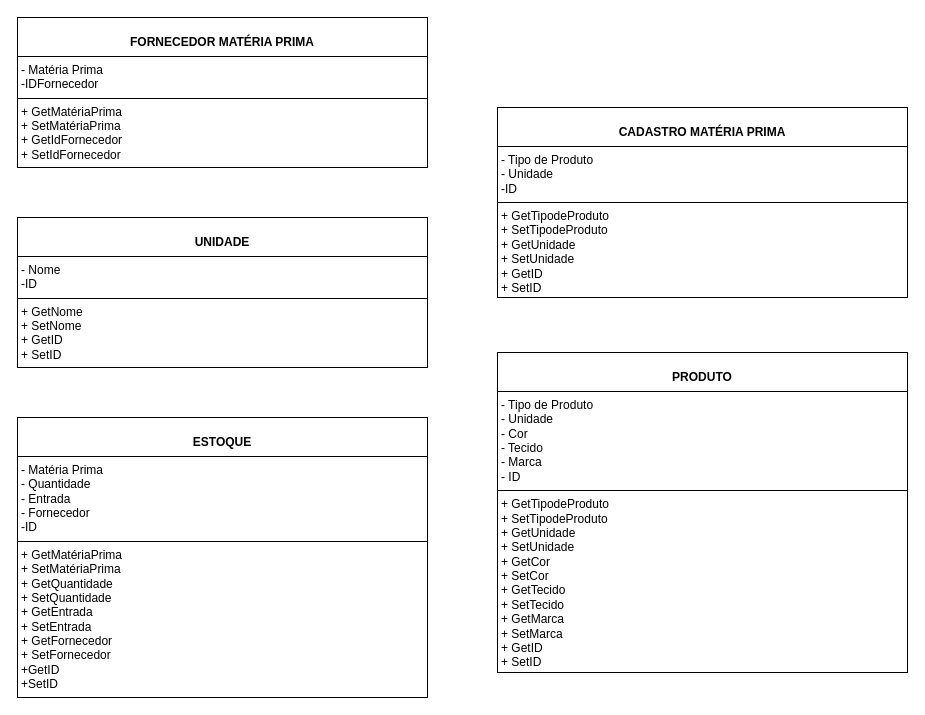
Above: page "Página-2" (2 of 3) of DOC/classes.drawio in juliareis14/avatar.app (draw.io), before the change. Source tidied: cells renumbered, new cells numbered last; positions are measured from the earlier drawing's top-left corner, leaving out a move shared by most shapes. Both pictures are drawn from the tidied source at 100%, with x=0, y=0 at pixel (17, 17).
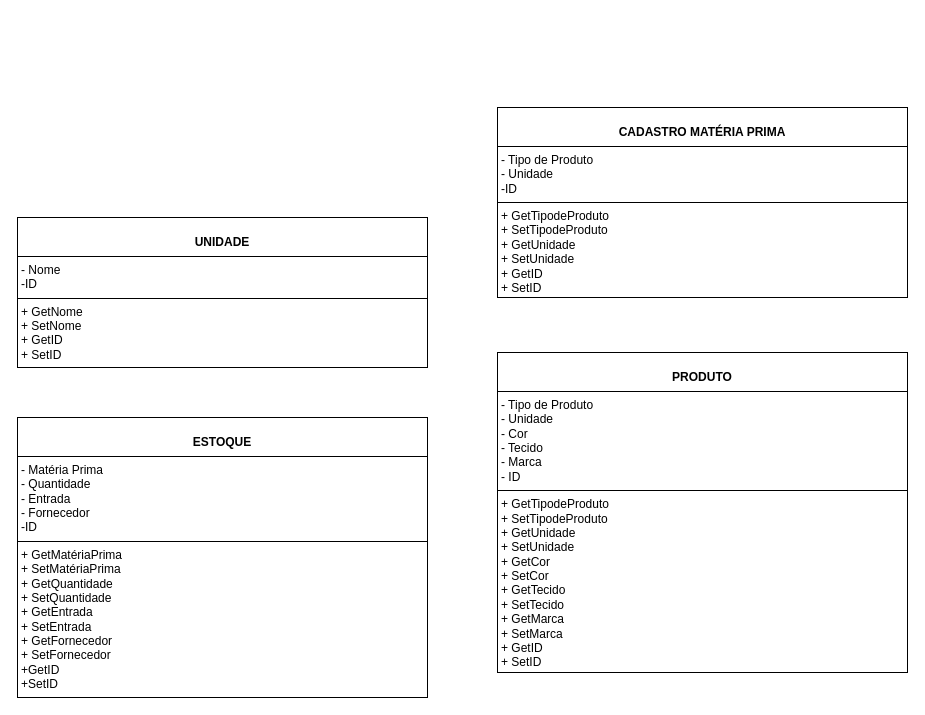
The same diagram, later.

The edit, as a diff of the source:
```diff
@@
 <mxGraphModel>
   <root>
     <mxCell id="0" />
     <mxCell id="1" parent="0" />
     <mxCell id="2" value="&lt;p style=&quot;margin:0px;margin-top:4px;text-align:center;&quot;&gt;&lt;br&gt;&lt;b&gt;UNIDADE&lt;/b&gt;&lt;/p&gt;&lt;hr size=&quot;1&quot; style=&quot;border-style:solid;&quot;&gt;&lt;p style=&quot;margin:0px;margin-left:4px;&quot;&gt;- Nome&lt;br&gt;&lt;/p&gt;&lt;p style=&quot;margin:0px;margin-left:4px;&quot;&gt;-ID&lt;br&gt;&lt;/p&gt;&lt;hr size=&quot;1&quot; style=&quot;border-style:solid;&quot;&gt;&lt;p style=&quot;margin:0px;margin-left:4px;&quot;&gt;+ GetNome&lt;br&gt;+ SetNome&lt;/p&gt;&lt;p style=&quot;margin: 0px 0px 0px 4px;&quot;&gt;&lt;span style=&quot;background-color: initial;&quot;&gt;+ GetID&lt;/span&gt;&lt;/p&gt;&lt;p style=&quot;margin: 0px 0px 0px 4px;&quot;&gt;+ SetID&lt;/p&gt;&lt;div&gt;&lt;br&gt;&lt;/div&gt;" style="verticalAlign=top;align=left;overflow=fill;html=1;whiteSpace=wrap;" parent="1" vertex="1">
       <mxGeometry y="200" width="410" height="150" as="geometry" />
     </mxCell>
     <mxCell id="3" value="&lt;p style=&quot;margin:0px;margin-top:4px;text-align:center;&quot;&gt;&lt;br&gt;&lt;b&gt;ESTOQUE&lt;/b&gt;&lt;/p&gt;&lt;hr size=&quot;1&quot; style=&quot;border-style:solid;&quot;&gt;&lt;p style=&quot;margin:0px;margin-left:4px;&quot;&gt;- Matéria Prima&lt;/p&gt;&lt;p style=&quot;margin:0px;margin-left:4px;&quot;&gt;&lt;span style=&quot;background-color: initial;&quot;&gt;- Quantidade&lt;/span&gt;&lt;/p&gt;&lt;p style=&quot;margin:0px;margin-left:4px;&quot;&gt;- Entrada&lt;/p&gt;&lt;p style=&quot;margin:0px;margin-left:4px;&quot;&gt;- Fornecedor&lt;/p&gt;&lt;p style=&quot;margin:0px;margin-left:4px;&quot;&gt;-ID&lt;/p&gt;&lt;hr size=&quot;1&quot; style=&quot;border-style:solid;&quot;&gt;&lt;p style=&quot;margin:0px;margin-left:4px;&quot;&gt;&lt;span style=&quot;background-color: initial;&quot;&gt;+ Get&lt;/span&gt;&lt;span style=&quot;background-color: initial;&quot;&gt;MatériaPrima&lt;/span&gt;&lt;br&gt;&lt;/p&gt;&lt;p style=&quot;margin:0px;margin-left:4px;&quot;&gt;+ Set&lt;span style=&quot;background-color: initial;&quot;&gt;MatériaPrima&lt;/span&gt;&lt;/p&gt;&lt;p style=&quot;margin:0px;margin-left:4px;&quot;&gt;+ Get&lt;span style=&quot;background-color: initial;&quot;&gt;Quantidade&lt;/span&gt;&lt;/p&gt;&lt;p style=&quot;margin:0px;margin-left:4px;&quot;&gt;+ Set&lt;span style=&quot;background-color: initial;&quot;&gt;Quantidade&lt;/span&gt;&lt;/p&gt;&lt;p style=&quot;margin:0px;margin-left:4px;&quot;&gt;&lt;span style=&quot;background-color: initial;&quot;&gt;+ Get&lt;/span&gt;&lt;span style=&quot;background-color: initial;&quot;&gt;Entrada&lt;/span&gt;&lt;/p&gt;&lt;p style=&quot;margin:0px;margin-left:4px;&quot;&gt;&lt;span style=&quot;background-color: initial;&quot;&gt;+ Set&lt;/span&gt;&lt;span style=&quot;background-color: initial;&quot;&gt;Entrada&lt;/span&gt;&lt;/p&gt;&lt;p style=&quot;margin:0px;margin-left:4px;&quot;&gt;&lt;span style=&quot;background-color: initial;&quot;&gt;+ Get&lt;/span&gt;&lt;span style=&quot;background-color: initial;&quot;&gt;Fornecedor&lt;/span&gt;&lt;/p&gt;&lt;p style=&quot;margin:0px;margin-left:4px;&quot;&gt;&lt;span style=&quot;background-color: initial;&quot;&gt;+ Set&lt;/span&gt;&lt;span style=&quot;background-color: initial;&quot;&gt;Fornecedor&lt;/span&gt;&lt;/p&gt;&lt;p style=&quot;margin:0px;margin-left:4px;&quot;&gt;&lt;span style=&quot;background-color: initial;&quot;&gt;+GetID&lt;/span&gt;&lt;/p&gt;&lt;p style=&quot;margin:0px;margin-left:4px;&quot;&gt;&lt;span style=&quot;background-color: initial;&quot;&gt;+SetID&lt;/span&gt;&lt;/p&gt;&lt;div&gt;&lt;span style=&quot;background-color: initial;&quot;&gt;&lt;br&gt;&lt;/span&gt;&lt;/div&gt;" style="verticalAlign=top;align=left;overflow=fill;html=1;whiteSpace=wrap;" parent="1" vertex="1">
       <mxGeometry y="400" width="410" height="280" as="geometry" />
     </mxCell>
     <mxCell id="4" value="&lt;p style=&quot;margin:0px;margin-top:4px;text-align:center;&quot;&gt;&lt;br&gt;&lt;b&gt;PRODUTO&lt;/b&gt;&lt;/p&gt;&lt;hr size=&quot;1&quot; style=&quot;border-style:solid;&quot;&gt;&lt;p style=&quot;margin:0px;margin-left:4px;&quot;&gt;- Tipo de Produto&lt;/p&gt;&lt;p style=&quot;margin:0px;margin-left:4px;&quot;&gt;&lt;span style=&quot;background-color: initial;&quot;&gt;- Unidade&lt;/span&gt;&lt;/p&gt;&lt;p style=&quot;margin:0px;margin-left:4px;&quot;&gt;- Cor&lt;/p&gt;&lt;p style=&quot;margin:0px;margin-left:4px;&quot;&gt;- Tecido&lt;/p&gt;&lt;p style=&quot;margin:0px;margin-left:4px;&quot;&gt;- Marca&lt;/p&gt;&lt;p style=&quot;margin:0px;margin-left:4px;&quot;&gt;- ID&lt;/p&gt;&lt;hr size=&quot;1&quot; style=&quot;border-style:solid;&quot;&gt;&lt;p style=&quot;margin:0px;margin-left:4px;&quot;&gt;&lt;span style=&quot;background-color: initial;&quot;&gt;+ GetTipodeProduto&lt;/span&gt;&lt;br&gt;&lt;/p&gt;&lt;p style=&quot;margin:0px;margin-left:4px;&quot;&gt;+ Set&lt;span style=&quot;background-color: initial;&quot;&gt;TipodeProduto&lt;/span&gt;&lt;/p&gt;&lt;p style=&quot;margin:0px;margin-left:4px;&quot;&gt;+ Get&lt;span style=&quot;background-color: initial;&quot;&gt;Unidade&lt;/span&gt;&lt;/p&gt;&lt;p style=&quot;margin:0px;margin-left:4px;&quot;&gt;+ Set&lt;span style=&quot;background-color: initial;&quot;&gt;Unidade&lt;/span&gt;&lt;/p&gt;&lt;p style=&quot;margin:0px;margin-left:4px;&quot;&gt;&lt;span style=&quot;background-color: initial;&quot;&gt;+ Get&lt;/span&gt;&lt;span style=&quot;background-color: initial;&quot;&gt;Cor&lt;/span&gt;&lt;/p&gt;&lt;p style=&quot;margin:0px;margin-left:4px;&quot;&gt;&lt;span style=&quot;background-color: initial;&quot;&gt;+ Set&lt;/span&gt;&lt;span style=&quot;background-color: initial;&quot;&gt;Cor&lt;/span&gt;&lt;/p&gt;&lt;p style=&quot;margin:0px;margin-left:4px;&quot;&gt;&lt;span style=&quot;background-color: initial;&quot;&gt;+ Get&lt;/span&gt;&lt;span style=&quot;background-color: initial;&quot;&gt;Tecido&lt;/span&gt;&lt;/p&gt;&lt;p style=&quot;margin:0px;margin-left:4px;&quot;&gt;&lt;span style=&quot;background-color: initial;&quot;&gt;+ Set&lt;/span&gt;&lt;span style=&quot;background-color: initial;&quot;&gt;Tecido&lt;/span&gt;&lt;/p&gt;&lt;p style=&quot;margin:0px;margin-left:4px;&quot;&gt;&lt;span style=&quot;background-color: initial;&quot;&gt;+&amp;nbsp;&lt;/span&gt;&lt;span style=&quot;background-color: initial;&quot;&gt;GetMarca&lt;/span&gt;&lt;/p&gt;&lt;p style=&quot;margin:0px;margin-left:4px;&quot;&gt;&lt;span style=&quot;background-color: initial;&quot;&gt;+ SetMarca&lt;/span&gt;&lt;/p&gt;&lt;p style=&quot;margin:0px;margin-left:4px;&quot;&gt;&lt;span style=&quot;background-color: initial;&quot;&gt;+ GetID&lt;/span&gt;&lt;/p&gt;&lt;p style=&quot;margin:0px;margin-left:4px;&quot;&gt;+ SetID&lt;/p&gt;&lt;div&gt;&lt;span style=&quot;background-color: initial;&quot;&gt;&lt;br&gt;&lt;/span&gt;&lt;/div&gt;" style="verticalAlign=top;align=left;overflow=fill;html=1;whiteSpace=wrap;" parent="1" vertex="1">
       <mxGeometry x="480" y="335" width="410" height="320" as="geometry" />
     </mxCell>
     <mxCell id="5" value="&lt;p style=&quot;margin:0px;margin-top:4px;text-align:center;&quot;&gt;&lt;br&gt;&lt;b&gt;CADASTRO MATÉRIA PRIMA&lt;/b&gt;&lt;/p&gt;&lt;hr size=&quot;1&quot; style=&quot;border-style:solid;&quot;&gt;&lt;p style=&quot;margin:0px;margin-left:4px;&quot;&gt;- Tipo de Produto&lt;/p&gt;&lt;p style=&quot;margin:0px;margin-left:4px;&quot;&gt;&lt;span style=&quot;background-color: initial;&quot;&gt;- Unidade&lt;/span&gt;&lt;/p&gt;&lt;p style=&quot;margin:0px;margin-left:4px;&quot;&gt;&lt;span style=&quot;background-color: initial;&quot;&gt;-ID&lt;/span&gt;&lt;/p&gt;&lt;hr size=&quot;1&quot; style=&quot;border-style:solid;&quot;&gt;&lt;p style=&quot;margin:0px;margin-left:4px;&quot;&gt;&lt;span style=&quot;background-color: initial;&quot;&gt;+ GetTipodeProduto&lt;/span&gt;&lt;br&gt;&lt;/p&gt;&lt;p style=&quot;margin:0px;margin-left:4px;&quot;&gt;+ Set&lt;span style=&quot;background-color: initial;&quot;&gt;TipodeProduto&lt;/span&gt;&lt;/p&gt;&lt;p style=&quot;margin:0px;margin-left:4px;&quot;&gt;+ Get&lt;span style=&quot;background-color: initial;&quot;&gt;Unidade&lt;/span&gt;&lt;/p&gt;&lt;p style=&quot;margin:0px;margin-left:4px;&quot;&gt;+ Set&lt;span style=&quot;background-color: initial;&quot;&gt;Unidade&lt;/span&gt;&lt;/p&gt;&lt;p style=&quot;margin: 0px 0px 0px 4px;&quot;&gt;&lt;span style=&quot;background-color: initial;&quot;&gt;+ GetID&lt;/span&gt;&lt;/p&gt;&lt;p style=&quot;margin: 0px 0px 0px 4px;&quot;&gt;+ SetID&lt;/p&gt;" style="verticalAlign=top;align=left;overflow=fill;html=1;whiteSpace=wrap;" parent="1" vertex="1">
       <mxGeometry x="480" y="90" width="410" height="190" as="geometry" />
     </mxCell>
-    <mxCell id="6" value="&lt;p style=&quot;margin:0px;margin-top:4px;text-align:center;&quot;&gt;&lt;br&gt;&lt;b&gt;FORNECEDOR MATÉRIA PRIMA&lt;/b&gt;&lt;/p&gt;&lt;hr size=&quot;1&quot; style=&quot;border-style:solid;&quot;&gt;&lt;p style=&quot;margin:0px;margin-left:4px;&quot;&gt;- Matéria Prima&lt;/p&gt;&lt;p style=&quot;margin:0px;margin-left:4px;&quot;&gt;&lt;span style=&quot;background-color: initial;&quot;&gt;-IDFornecedor&lt;/span&gt;&lt;/p&gt;&lt;hr size=&quot;1&quot; style=&quot;border-style:solid;&quot;&gt;&lt;p style=&quot;margin:0px;margin-left:4px;&quot;&gt;&lt;span style=&quot;background-color: initial;&quot;&gt;+ GetMatériaPrima&lt;/span&gt;&lt;br&gt;&lt;/p&gt;&lt;p style=&quot;margin:0px;margin-left:4px;&quot;&gt;+ Set&lt;span style=&quot;background-color: initial;&quot;&gt;MatériaPrima&lt;/span&gt;&lt;/p&gt;&lt;p style=&quot;margin:0px;margin-left:4px;&quot;&gt;+ GetIdFornecedor&lt;/p&gt;&lt;p style=&quot;margin:0px;margin-left:4px;&quot;&gt;+ Set&lt;span style=&quot;background-color: initial;&quot;&gt;IdFornecedor&lt;/span&gt;&lt;/p&gt;" style="verticalAlign=top;align=left;overflow=fill;html=1;whiteSpace=wrap;" parent="1" vertex="1">
-      <mxGeometry width="410" height="150" as="geometry" />
-    </mxCell>
   </root>
 </mxGraphModel>
```
